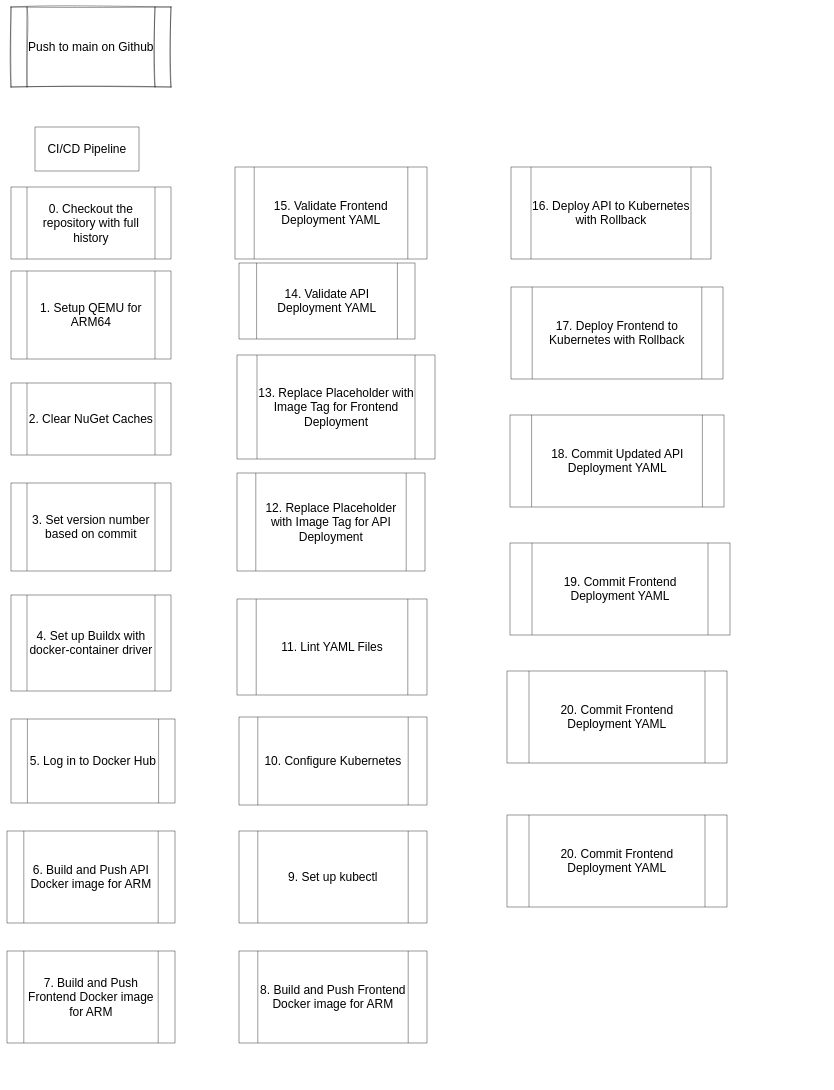
Earlier version of the draw.io diagram diagrams/drawio/production-setup.drawio (Eliasdb/eDB). Source tidied: cells renumbered, new cells numbered last; positions are measured from the earlier drawing's top-left corner, leaving out a move shared by most shapes. Both pictures are drawn from the tidied source at 40%, with x=0, y=0 at pixel (7, 7).
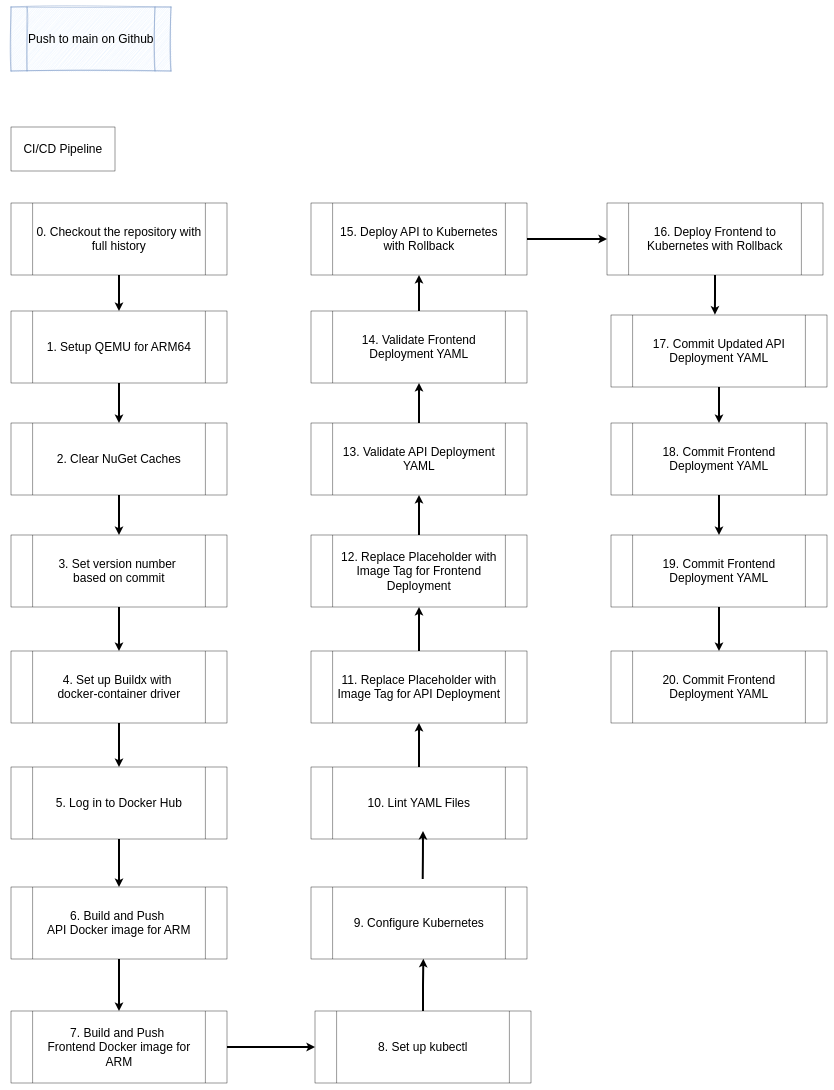
The same page after the edit.

What changed in the source:
```diff
@@
-    <mxCell id="2" value="&lt;span style=&quot;font-size: 30px;&quot;&gt;Push to main on Github&lt;/span&gt;" style="shape=process;whiteSpace=wrap;html=1;backgroundOutline=1;sketch=1;curveFitting=1;jiggle=2;" parent="1" vertex="1">
-      <mxGeometry x="10" width="400" height="200" as="geometry" />
+    <mxCell id="2" value="&lt;span style=&quot;font-size: 30px;&quot;&gt;Push to main on Github&lt;/span&gt;" style="shape=process;whiteSpace=wrap;html=1;backgroundOutline=1;sketch=1;curveFitting=1;jiggle=2;fillColor=#dae8fc;strokeColor=#6c8ebf;" parent="1" vertex="1">
+      <mxGeometry x="10" width="400" height="160" as="geometry" />
     </mxCell>
+    <mxCell id="26" style="edgeStyle=orthogonalEdgeStyle;rounded=0;jettySize=auto;html=1;exitX=0.5;exitY=1;exitDx=0;exitDy=0;entryX=0.5;entryY=0;entryDx=0;entryDy=0;strokeWidth=5;" parent="1" edge="1" source="3" target="4">
+      <mxGeometry relative="1" as="geometry" />
+    </mxCell>
     <mxCell id="3" value="&lt;font style=&quot;font-size: 30px;&quot;&gt;0. Checkout the repository with full history&lt;/font&gt;" style="shape=process;whiteSpace=wrap;html=1;backgroundOutline=1;" parent="1" vertex="1">
-      <mxGeometry x="10" y="450" width="400" height="180" as="geometry" />
+      <mxGeometry x="10" y="490" width="540" height="180" as="geometry" />
     </mxCell>
+    <mxCell id="27" style="edgeStyle=orthogonalEdgeStyle;rounded=0;jettySize=auto;html=1;strokeWidth=5;" parent="1" edge="1" source="4" target="5">
+      <mxGeometry relative="1" as="geometry" />
+    </mxCell>
     <mxCell id="4" value="&lt;font style=&quot;font-size: 30px;&quot;&gt;1. Setup QEMU for ARM64&lt;/font&gt;" style="shape=process;whiteSpace=wrap;html=1;backgroundOutline=1;" parent="1" vertex="1">
-      <mxGeometry x="10" y="660" width="400" height="220" as="geometry" />
+      <mxGeometry x="10" y="760" width="540" height="180" as="geometry" />
     </mxCell>
+    <mxCell id="28" style="edgeStyle=orthogonalEdgeStyle;rounded=0;jettySize=auto;html=1;exitX=0.5;exitY=1;exitDx=0;exitDy=0;strokeWidth=5;" parent="1" edge="1" source="5" target="6">
+      <mxGeometry relative="1" as="geometry" />
+    </mxCell>
     <mxCell id="5" value="&lt;font style=&quot;font-size: 30px;&quot;&gt;2. Clear NuGet Caches&lt;/font&gt;" style="shape=process;whiteSpace=wrap;html=1;backgroundOutline=1;" parent="1" vertex="1">
-      <mxGeometry x="10" y="940" width="400" height="180" as="geometry" />
+      <mxGeometry x="10" y="1040" width="540" height="180" as="geometry" />
     </mxCell>
+    <mxCell id="29" style="edgeStyle=orthogonalEdgeStyle;rounded=0;jettySize=auto;html=1;exitX=0.5;exitY=1;exitDx=0;exitDy=0;strokeWidth=5;" parent="1" edge="1" source="6" target="7">
+      <mxGeometry relative="1" as="geometry" />
+    </mxCell>
-    <mxCell id="6" value="&lt;font style=&quot;font-size: 30px;&quot;&gt;3. Set version number based on commit&lt;/font&gt;" style="shape=process;whiteSpace=wrap;html=1;backgroundOutline=1;" parent="1" vertex="1">
-      <mxGeometry x="10" y="1190" width="400" height="220" as="geometry" />
+    <mxCell id="6" value="&lt;font style=&quot;font-size: 30px;&quot;&gt;3. Set version number&amp;nbsp;&lt;/font&gt;&lt;div&gt;&lt;font style=&quot;font-size: 30px;&quot;&gt;based on commit&lt;/font&gt;&lt;/div&gt;" style="shape=process;whiteSpace=wrap;html=1;backgroundOutline=1;" parent="1" vertex="1">
+      <mxGeometry x="10" y="1320" width="540" height="180" as="geometry" />
     </mxCell>
+    <mxCell id="30" style="edgeStyle=orthogonalEdgeStyle;rounded=0;jettySize=auto;html=1;strokeWidth=5;" parent="1" edge="1" source="7" target="8">
+      <mxGeometry relative="1" as="geometry" />
+    </mxCell>
-    <mxCell id="7" value="&lt;font style=&quot;font-size: 30px;&quot;&gt;4. Set up Buildx&amp;nbsp;with docker-container driver&lt;/font&gt;" style="shape=process;whiteSpace=wrap;html=1;backgroundOutline=1;" parent="1" vertex="1">
-      <mxGeometry x="10" y="1470" width="400" height="240" as="geometry" />
+    <mxCell id="7" value="&lt;font style=&quot;font-size: 30px;&quot;&gt;4. Set up Buildx&amp;nbsp;with&amp;nbsp;&lt;/font&gt;&lt;div&gt;&lt;font style=&quot;font-size: 30px;&quot;&gt;docker-container driver&lt;/font&gt;&lt;/div&gt;" style="shape=process;whiteSpace=wrap;html=1;backgroundOutline=1;" parent="1" vertex="1">
+      <mxGeometry x="10" y="1610" width="540" height="180" as="geometry" />
     </mxCell>
+    <mxCell id="31" style="edgeStyle=orthogonalEdgeStyle;rounded=0;jettySize=auto;html=1;entryX=0.5;entryY=0;entryDx=0;entryDy=0;strokeWidth=5;" parent="1" edge="1" source="8" target="9">
+      <mxGeometry relative="1" as="geometry" />
+    </mxCell>
     <mxCell id="8" value="&lt;font style=&quot;font-size: 30px;&quot;&gt;5.&amp;nbsp;Log in to Docker Hub&lt;/font&gt;" style="shape=process;whiteSpace=wrap;html=1;backgroundOutline=1;" parent="1" vertex="1">
-      <mxGeometry x="10" y="1780" width="410" height="210" as="geometry" />
+      <mxGeometry x="10" y="1900" width="540" height="180" as="geometry" />
     </mxCell>
+    <mxCell id="32" style="edgeStyle=orthogonalEdgeStyle;rounded=0;jettySize=auto;html=1;exitX=0.5;exitY=1;exitDx=0;exitDy=0;entryX=0.5;entryY=0;entryDx=0;entryDy=0;strokeWidth=5;" parent="1" edge="1" source="9" target="10">
+      <mxGeometry relative="1" as="geometry" />
+    </mxCell>
-    <mxCell id="9" value="&lt;font style=&quot;font-size: 30px;&quot;&gt;6.&amp;nbsp;Build and Push API Docker image for ARM&lt;/font&gt;" style="shape=process;whiteSpace=wrap;html=1;backgroundOutline=1;" parent="1" vertex="1">
-      <mxGeometry y="2060" width="420" height="230" as="geometry" />
+    <mxCell id="9" value="&lt;font style=&quot;font-size: 30px;&quot;&gt;6.&amp;nbsp;Build and Push&amp;nbsp;&lt;/font&gt;&lt;div&gt;&lt;font style=&quot;font-size: 30px;&quot;&gt;API Docker image for ARM&lt;/font&gt;&lt;/div&gt;" style="shape=process;whiteSpace=wrap;html=1;backgroundOutline=1;" parent="1" vertex="1">
+      <mxGeometry x="10" y="2200" width="540" height="180" as="geometry" />
     </mxCell>
+    <mxCell id="33" style="edgeStyle=orthogonalEdgeStyle;rounded=0;jettySize=auto;html=1;entryX=0;entryY=0.5;entryDx=0;entryDy=0;strokeWidth=5;" parent="1" edge="1" source="10" target="12">
+      <mxGeometry relative="1" as="geometry" />
+    </mxCell>
-    <mxCell id="10" value="&lt;font style=&quot;font-size: 30px;&quot;&gt;7.&amp;nbsp;Build and Push Frontend Docker image for ARM&lt;/font&gt;" style="shape=process;whiteSpace=wrap;html=1;backgroundOutline=1;" parent="1" vertex="1">
-      <mxGeometry y="2360" width="420" height="230" as="geometry" />
+    <mxCell id="10" value="&lt;font style=&quot;font-size: 30px;&quot;&gt;7.&amp;nbsp;Build and Push&amp;nbsp;&lt;/font&gt;&lt;div&gt;&lt;font style=&quot;font-size: 30px;&quot;&gt;Frontend Docker image for ARM&lt;/font&gt;&lt;/div&gt;" style="shape=process;whiteSpace=wrap;html=1;backgroundOutline=1;" parent="1" vertex="1">
+      <mxGeometry x="10" y="2510" width="540" height="180" as="geometry" />
     </mxCell>
-    <mxCell id="11" value="&lt;font style=&quot;font-size: 30px;&quot;&gt;8.&amp;nbsp;Build and Push Frontend Docker image for ARM&lt;/font&gt;" style="shape=process;whiteSpace=wrap;html=1;backgroundOutline=1;" parent="1" vertex="1">
-      <mxGeometry x="580" y="2360" width="470" height="230" as="geometry" />
-    </mxCell>
-    <mxCell id="12" value="&lt;font style=&quot;font-size: 30px;&quot;&gt;9.&amp;nbsp;Set up kubectl&lt;/font&gt;" style="shape=process;whiteSpace=wrap;html=1;backgroundOutline=1;" parent="1" vertex="1">
-      <mxGeometry x="580" y="2060" width="470" height="230" as="geometry" />
+    <mxCell id="12" value="&lt;font style=&quot;font-size: 30px;&quot;&gt;8.&amp;nbsp;Set up kubectl&lt;/font&gt;" style="shape=process;whiteSpace=wrap;html=1;backgroundOutline=1;" parent="1" vertex="1">
+      <mxGeometry x="770" y="2510" width="540" height="180" as="geometry" />
     </mxCell>
-    <mxCell id="13" value="&lt;font style=&quot;font-size: 30px;&quot;&gt;10.&amp;nbsp;Configure Kubernetes&lt;/font&gt;" style="shape=process;whiteSpace=wrap;html=1;backgroundOutline=1;" parent="1" vertex="1">
-      <mxGeometry x="580" y="1775" width="470" height="220" as="geometry" />
+    <mxCell id="13" value="&lt;font style=&quot;font-size: 30px;&quot;&gt;9.&amp;nbsp;Configure Kubernetes&lt;/font&gt;" style="shape=process;whiteSpace=wrap;html=1;backgroundOutline=1;" parent="1" vertex="1">
+      <mxGeometry x="760" y="2200" width="540" height="180" as="geometry" />
     </mxCell>
+    <mxCell id="34" style="edgeStyle=orthogonalEdgeStyle;rounded=0;jettySize=auto;html=1;exitX=0.5;exitY=0;exitDx=0;exitDy=0;entryX=0.5;entryY=1;entryDx=0;entryDy=0;strokeWidth=5;" parent="1" edge="1" source="14" target="15">
+      <mxGeometry relative="1" as="geometry" />
+    </mxCell>
-    <mxCell id="14" value="&lt;font style=&quot;font-size: 30px;&quot;&gt;11.&amp;nbsp;Lint YAML Files&lt;/font&gt;" style="shape=process;whiteSpace=wrap;html=1;backgroundOutline=1;" parent="1" vertex="1">
-      <mxGeometry x="575" y="1480" width="475" height="240" as="geometry" />
+    <mxCell id="14" value="&lt;font style=&quot;font-size: 30px;&quot;&gt;10.&amp;nbsp;Lint YAML Files&lt;/font&gt;" style="shape=process;whiteSpace=wrap;html=1;backgroundOutline=1;" parent="1" vertex="1">
+      <mxGeometry x="760" y="1900" width="540" height="180" as="geometry" />
     </mxCell>
+    <mxCell id="35" style="edgeStyle=orthogonalEdgeStyle;rounded=0;jettySize=auto;html=1;exitX=0.5;exitY=0;exitDx=0;exitDy=0;entryX=0.5;entryY=1;entryDx=0;entryDy=0;strokeWidth=5;" parent="1" edge="1" source="15" target="16">
+      <mxGeometry relative="1" as="geometry" />
+    </mxCell>
-    <mxCell id="15" value="&lt;font style=&quot;font-size: 30px;&quot;&gt;12.&amp;nbsp;Replace Placeholder with Image Tag for API Deployment&lt;/font&gt;" style="shape=process;whiteSpace=wrap;html=1;backgroundOutline=1;" parent="1" vertex="1">
-      <mxGeometry x="575" y="1165" width="470" height="245" as="geometry" />
+    <mxCell id="15" value="&lt;font style=&quot;font-size: 30px;&quot;&gt;11.&amp;nbsp;Replace Placeholder with Image Tag for API Deployment&lt;/font&gt;" style="shape=process;whiteSpace=wrap;html=1;backgroundOutline=1;" parent="1" vertex="1">
+      <mxGeometry x="760" y="1610" width="540" height="180" as="geometry" />
     </mxCell>
+    <mxCell id="36" style="edgeStyle=orthogonalEdgeStyle;rounded=0;jettySize=auto;html=1;exitX=0.5;exitY=0;exitDx=0;exitDy=0;entryX=0.5;entryY=1;entryDx=0;entryDy=0;strokeWidth=5;" parent="1" edge="1" source="16" target="17">
+      <mxGeometry relative="1" as="geometry" />
+    </mxCell>
-    <mxCell id="16" value="&lt;font style=&quot;font-size: 30px;&quot;&gt;13.&amp;nbsp;Replace Placeholder with Image Tag for Frontend Deployment&lt;/font&gt;" style="shape=process;whiteSpace=wrap;html=1;backgroundOutline=1;" parent="1" vertex="1">
-      <mxGeometry x="575" y="870" width="495" height="260" as="geometry" />
+    <mxCell id="16" value="&lt;font style=&quot;font-size: 30px;&quot;&gt;12. Replace Placeholder with Image Tag for Frontend Deployment&lt;/font&gt;" style="shape=process;whiteSpace=wrap;html=1;backgroundOutline=1;" parent="1" vertex="1">
+      <mxGeometry x="760" y="1320" width="540" height="180" as="geometry" />
     </mxCell>
+    <mxCell id="37" style="edgeStyle=orthogonalEdgeStyle;rounded=0;jettySize=auto;html=1;exitX=0.5;exitY=0;exitDx=0;exitDy=0;entryX=0.5;entryY=1;entryDx=0;entryDy=0;strokeWidth=5;" parent="1" edge="1" source="17" target="18">
+      <mxGeometry relative="1" as="geometry" />
+    </mxCell>
-    <mxCell id="17" value="&lt;font style=&quot;font-size: 30px;&quot;&gt;14.&amp;nbsp;Validate API Deployment YAML&lt;/font&gt;" style="shape=process;whiteSpace=wrap;html=1;backgroundOutline=1;" parent="1" vertex="1">
-      <mxGeometry x="580" y="640" width="440" height="190" as="geometry" />
+    <mxCell id="17" value="&lt;font style=&quot;font-size: 30px;&quot;&gt;13.&amp;nbsp;Validate API Deployment YAML&lt;/font&gt;" style="shape=process;whiteSpace=wrap;html=1;backgroundOutline=1;" parent="1" vertex="1">
+      <mxGeometry x="760" y="1040" width="540" height="180" as="geometry" />
     </mxCell>
+    <mxCell id="38" style="edgeStyle=orthogonalEdgeStyle;rounded=0;jettySize=auto;html=1;exitX=0.5;exitY=0;exitDx=0;exitDy=0;entryX=0.5;entryY=1;entryDx=0;entryDy=0;strokeWidth=5;" parent="1" edge="1" source="18" target="19">
+      <mxGeometry relative="1" as="geometry" />
+    </mxCell>
-    <mxCell id="18" value="&lt;font style=&quot;font-size: 30px;&quot;&gt;15.&amp;nbsp;Validate Frontend Deployment YAML&lt;/font&gt;" style="shape=process;whiteSpace=wrap;html=1;backgroundOutline=1;" parent="1" vertex="1">
-      <mxGeometry x="570" y="400" width="480" height="230" as="geometry" />
+    <mxCell id="18" value="&lt;font style=&quot;font-size: 30px;&quot;&gt;14.&amp;nbsp;Validate Frontend Deployment YAML&lt;/font&gt;" style="shape=process;whiteSpace=wrap;html=1;backgroundOutline=1;" parent="1" vertex="1">
+      <mxGeometry x="760" y="760" width="540" height="180" as="geometry" />
     </mxCell>
+    <mxCell id="39" style="edgeStyle=orthogonalEdgeStyle;rounded=0;jettySize=auto;html=1;exitX=1;exitY=0.5;exitDx=0;exitDy=0;entryX=0;entryY=0.5;entryDx=0;entryDy=0;strokeWidth=5;" parent="1" edge="1" source="19" target="20">
+      <mxGeometry relative="1" as="geometry" />
+    </mxCell>
-    <mxCell id="19" value="&lt;font style=&quot;font-size: 30px;&quot;&gt;16.&amp;nbsp;Deploy API to Kubernetes with Rollback&lt;/font&gt;" style="shape=process;whiteSpace=wrap;html=1;backgroundOutline=1;" parent="1" vertex="1">
-      <mxGeometry x="1260" y="400" width="500" height="230" as="geometry" />
+    <mxCell id="19" value="&lt;font style=&quot;font-size: 30px;&quot;&gt;15.&amp;nbsp;Deploy API to Kubernetes with Rollback&lt;/font&gt;" style="shape=process;whiteSpace=wrap;html=1;backgroundOutline=1;" parent="1" vertex="1">
+      <mxGeometry x="760" y="490" width="540" height="180" as="geometry" />
     </mxCell>
-    <mxCell id="20" value="&lt;font style=&quot;font-size: 30px;&quot;&gt;17.&amp;nbsp;Deploy Frontend to Kubernetes with Rollback&lt;/font&gt;" style="shape=process;whiteSpace=wrap;html=1;backgroundOutline=1;" parent="1" vertex="1">
-      <mxGeometry x="1260" y="700" width="530" height="230" as="geometry" />
+    <mxCell id="20" value="&lt;font style=&quot;font-size: 30px;&quot;&gt;16.&amp;nbsp;Deploy Frontend to Kubernetes with Rollback&lt;/font&gt;" style="shape=process;whiteSpace=wrap;html=1;backgroundOutline=1;" parent="1" vertex="1">
+      <mxGeometry x="1500" y="490" width="540" height="180" as="geometry" />
     </mxCell>
+    <mxCell id="40" style="edgeStyle=orthogonalEdgeStyle;rounded=0;jettySize=auto;html=1;exitX=0.5;exitY=1;exitDx=0;exitDy=0;entryX=0.5;entryY=0;entryDx=0;entryDy=0;strokeWidth=5;" parent="1" edge="1" source="21" target="22">
+      <mxGeometry relative="1" as="geometry" />
+    </mxCell>
-    <mxCell id="21" value="&lt;font style=&quot;font-size: 30px;&quot;&gt;18.&amp;nbsp;Commit Updated API Deployment YAML&lt;/font&gt;" style="shape=process;whiteSpace=wrap;html=1;backgroundOutline=1;" parent="1" vertex="1">
-      <mxGeometry x="1257.5" y="1020" width="535" height="230" as="geometry" />
+    <mxCell id="21" value="&lt;font style=&quot;font-size: 30px;&quot;&gt;17.&amp;nbsp;Commit Updated API Deployment YAML&lt;/font&gt;" style="shape=process;whiteSpace=wrap;html=1;backgroundOutline=1;" parent="1" vertex="1">
+      <mxGeometry x="1510" y="770" width="540" height="180" as="geometry" />
     </mxCell>
+    <mxCell id="41" style="edgeStyle=orthogonalEdgeStyle;rounded=0;jettySize=auto;html=1;exitX=0.5;exitY=1;exitDx=0;exitDy=0;entryX=0.5;entryY=0;entryDx=0;entryDy=0;strokeWidth=5;" parent="1" edge="1" source="22" target="23">
+      <mxGeometry relative="1" as="geometry" />
+    </mxCell>
-    <mxCell id="22" value="&lt;font style=&quot;font-size: 30px;&quot;&gt;19.&amp;nbsp;Commit Frontend Deployment YAML&lt;/font&gt;" style="shape=process;whiteSpace=wrap;html=1;backgroundOutline=1;" parent="1" vertex="1">
-      <mxGeometry x="1257.5" y="1340" width="550" height="230" as="geometry" />
+    <mxCell id="22" value="&lt;font style=&quot;font-size: 30px;&quot;&gt;18.&amp;nbsp;Commit Frontend Deployment YAML&lt;/font&gt;" style="shape=process;whiteSpace=wrap;html=1;backgroundOutline=1;" parent="1" vertex="1">
+      <mxGeometry x="1510" y="1040" width="540" height="180" as="geometry" />
     </mxCell>
+    <mxCell id="42" style="edgeStyle=orthogonalEdgeStyle;rounded=0;jettySize=auto;html=1;exitX=0.5;exitY=1;exitDx=0;exitDy=0;entryX=0.5;entryY=0;entryDx=0;entryDy=0;strokeWidth=5;" parent="1" edge="1" source="23" target="24">
+      <mxGeometry relative="1" as="geometry" />
+    </mxCell>
-    <mxCell id="23" value="&lt;font style=&quot;font-size: 30px;&quot;&gt;20.&amp;nbsp;Commit Frontend Deployment YAML&lt;/font&gt;" style="shape=process;whiteSpace=wrap;html=1;backgroundOutline=1;" parent="1" vertex="1">
-      <mxGeometry x="1250" y="1660" width="550" height="230" as="geometry" />
+    <mxCell id="23" value="&lt;font style=&quot;font-size: 30px;&quot;&gt;19.&amp;nbsp;Commit Frontend Deployment YAML&lt;/font&gt;" style="shape=process;whiteSpace=wrap;html=1;backgroundOutline=1;" parent="1" vertex="1">
+      <mxGeometry x="1510" y="1320" width="540" height="180" as="geometry" />
     </mxCell>
     <mxCell id="24" value="&lt;font style=&quot;font-size: 30px;&quot;&gt;20.&amp;nbsp;Commit Frontend Deployment YAML&lt;/font&gt;" style="shape=process;whiteSpace=wrap;html=1;backgroundOutline=1;" parent="1" vertex="1">
-      <mxGeometry x="1250" y="2020" width="550" height="230" as="geometry" />
+      <mxGeometry x="1510" y="1610" width="540" height="180" as="geometry" />
     </mxCell>
     <mxCell id="25" value="&lt;font style=&quot;font-size: 30px;&quot;&gt;CI/CD Pipeline&lt;/font&gt;" style="rounded=0;whiteSpace=wrap;html=1;" parent="1" vertex="1">
-      <mxGeometry x="70" y="300" width="260" height="110" as="geometry" />
+      <mxGeometry x="10" y="300" width="260" height="110" as="geometry" />
     </mxCell>
+    <mxCell id="43" style="edgeStyle=orthogonalEdgeStyle;rounded=0;jettySize=auto;html=1;entryX=0.52;entryY=0.996;entryDx=0;entryDy=0;entryPerimeter=0;strokeWidth=5;" parent="1" edge="1" source="12" target="13">
+      <mxGeometry relative="1" as="geometry" />
+    </mxCell>
+    <mxCell id="44" style="edgeStyle=orthogonalEdgeStyle;rounded=0;orthogonalLoop=1;jettySize=auto;html=1;strokeWidth=5;" parent="1" edge="1">
+      <mxGeometry relative="1" as="geometry">
+        <mxPoint x="1039.3" y="2180" as="sourcePoint" />
+        <mxPoint x="1040" y="2060" as="targetPoint" />
+      </mxGeometry>
+    </mxCell>
+    <mxCell id="45" style="edgeStyle=orthogonalEdgeStyle;rounded=0;jettySize=auto;html=1;exitX=0.5;exitY=1;exitDx=0;exitDy=0;entryX=0.481;entryY=-0.005;entryDx=0;entryDy=0;entryPerimeter=0;strokeWidth=5;" parent="1" edge="1" source="20" target="21">
+      <mxGeometry relative="1" as="geometry" />
+    </mxCell>
```
